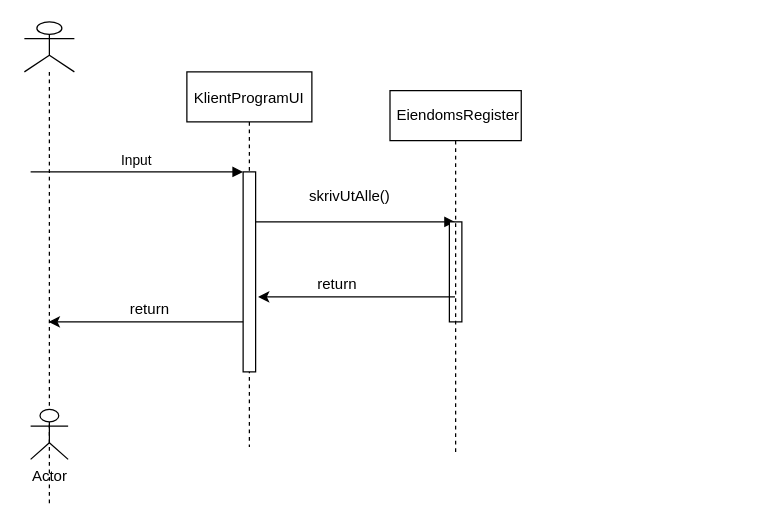
This is Sekvensdiagram Øving11.drawio from eltalstad/Programmering-1, a draw.io file, before an edit. Source tidied: cells renumbered, new cells numbered last; positions are measured from the earlier drawing's top-left corner, leaving out a move shared by most shapes. Both pictures are drawn from the tidied source at 125%, with x=0, y=0 at pixel (24, 21).
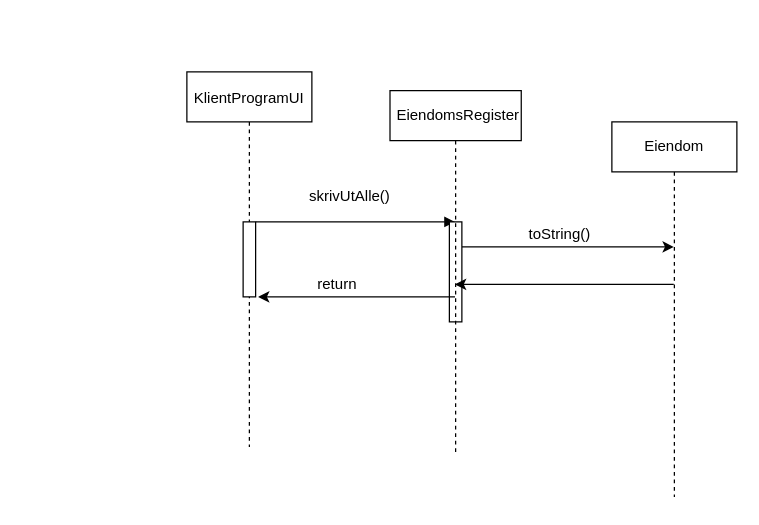
The same page after the edit.

The change refers to these unchanged cells:
```xml
<mxCell id="2" value="KlientProgramUI" style="shape=umlLifeline;perimeter=lifelinePerimeter;rounded=0;shadow=0;strokeWidth=1;" parent="1" vertex="1">
  <mxGeometry x="130" y="40" width="100" height="300" as="geometry" />
</mxCell>
<mxCell id="6" style="points=[];perimeter=orthogonalPerimeter;rounded=0;shadow=0;strokeWidth=1;" parent="1" vertex="1">
  <mxGeometry x="340" y="160" width="10" height="80" as="geometry" />
</mxCell>
<mxCell id="10" value="&amp;nbsp;EiendomsRegister" style="shape=umlLifeline;perimeter=lifelinePerimeter;whiteSpace=wrap;html=1;outlineConnect=0;" parent="1" vertex="1">
  <mxGeometry x="292.5" y="55" width="105" height="290" as="geometry" />
</mxCell>
```

The edit, as a diff of the source:
```diff
@@
     <mxCell id="3" style="points=[];perimeter=orthogonalPerimeter;rounded=0;shadow=0;strokeWidth=1;" parent="2" vertex="1">
-      <mxGeometry x="45" y="80" width="10" height="160" as="geometry" />
+      <mxGeometry x="45" y="120" width="10" height="60" as="geometry" />
     </mxCell>
-    <mxCell id="4" value="Input" style="verticalAlign=bottom;endArrow=block;entryX=0;entryY=0;shadow=0;strokeWidth=1;" parent="1" edge="1" target="3">
-      <mxGeometry relative="1" as="geometry">
-        <mxPoint x="5" y="120" as="sourcePoint" />
-      </mxGeometry>
-    </mxCell>
@@
+    <mxCell id="15" style="edgeStyle=orthogonalEdgeStyle;rounded=0;jettySize=auto;html=1;" parent="1" edge="1" source="6" target="17">
+      <mxGeometry relative="1" as="geometry">
+        <Array as="points">
+          <mxPoint x="460" y="180" />
+          <mxPoint x="460" y="180" />
+        </Array>
+      </mxGeometry>
+    </mxCell>
@@
-    <mxCell id="7" style="shape=umlLifeline;participant=umlActor;perimeter=lifelinePerimeter;whiteSpace=wrap;html=1;verticalAlign=top;spacingTop=36;outlineConnect=0;" parent="1" vertex="1">
-      <mxGeometry width="40" height="385" as="geometry" />
-    </mxCell>
-    <mxCell id="8" value="Actor" style="shape=umlActor;verticalLabelPosition=bottom;verticalAlign=top;html=1;" parent="7" vertex="1">
-      <mxGeometry x="5" y="310" width="30" height="40" as="geometry" />
-    </mxCell>
@@
-    <mxCell id="12" style="edgeStyle=orthogonalEdgeStyle;rounded=0;jettySize=auto;html=1;" parent="1" edge="1" source="3" target="7">
-      <mxGeometry relative="1" as="geometry">
-        <Array as="points">
-          <mxPoint x="130" y="240" />
-          <mxPoint x="130" y="240" />
-        </Array>
-      </mxGeometry>
-    </mxCell>
@@
-    <mxCell id="14" value="return" style="text;html=1;align=center;verticalAlign=middle;strokeColor=none;fillColor=none;" parent="1" vertex="1">
-      <mxGeometry x="75" y="220" width="50" height="20" as="geometry" />
-    </mxCell>
+    <mxCell id="16" style="edgeStyle=orthogonalEdgeStyle;rounded=0;jettySize=auto;html=1;" parent="1" edge="1" source="17" target="10">
+      <mxGeometry relative="1" as="geometry">
+        <Array as="points">
+          <mxPoint x="430" y="210" />
+          <mxPoint x="430" y="210" />
+        </Array>
+      </mxGeometry>
+    </mxCell>
+    <mxCell id="17" value="Eiendom" style="shape=umlLifeline;perimeter=lifelinePerimeter;whiteSpace=wrap;html=1;outlineConnect=0;" parent="1" vertex="1">
+      <mxGeometry x="470" y="80" width="100" height="300" as="geometry" />
+    </mxCell>
+    <mxCell id="18" value="toString()" style="text;html=1;align=center;verticalAlign=middle;strokeColor=none;fillColor=none;" parent="1" vertex="1">
+      <mxGeometry x="397.5" y="160" width="60" height="20" as="geometry" />
+    </mxCell>
```
